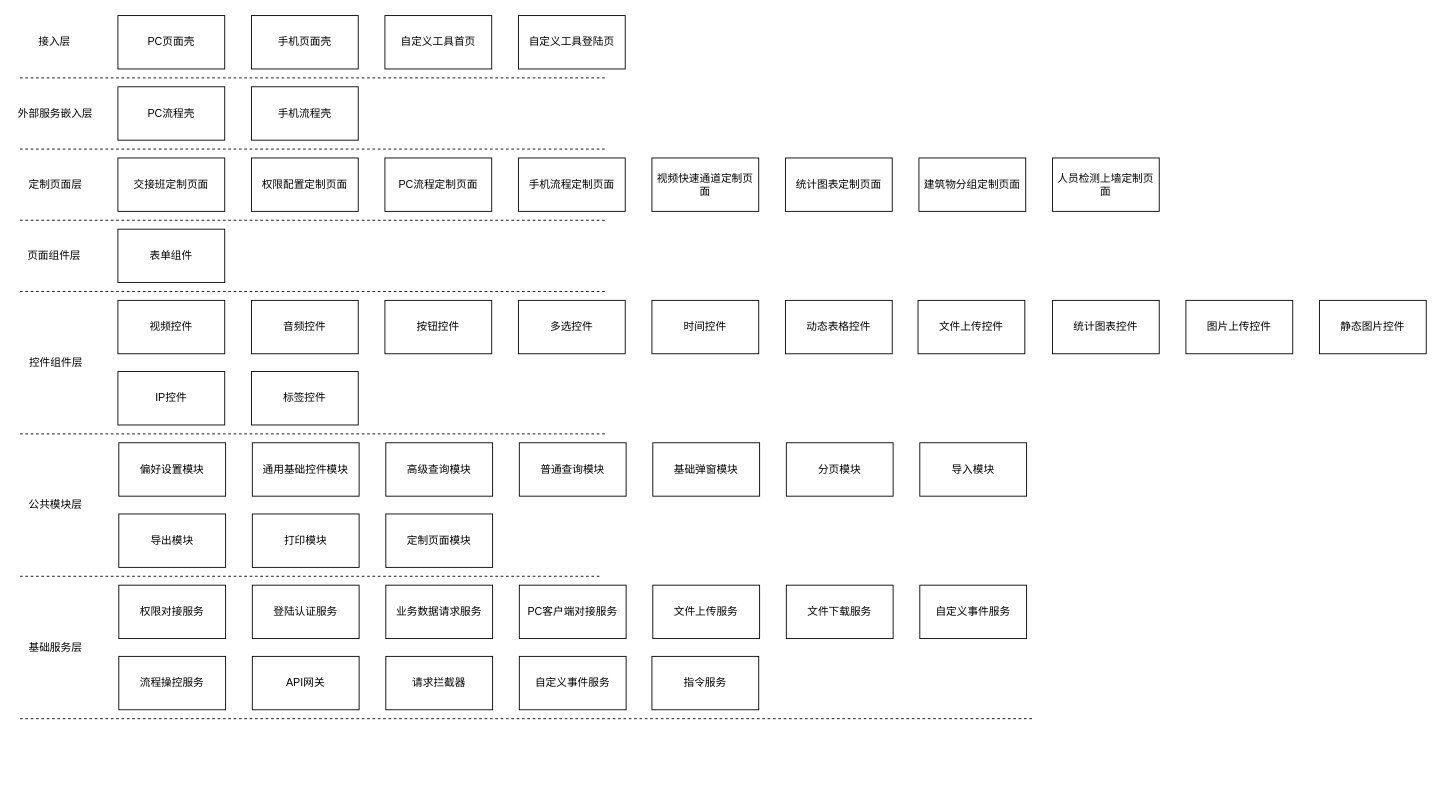
asling/my-umls keeps this draw.io diagram as page "Page-1" (1 of 2) of 页面UI组件实例服务模块.drawio. Above is the earlier version. Source tidied: cells renumbered, new cells numbered last; positions are measured from the earlier drawing's top-left corner, leaving out a move shared by most shapes. Both pictures are drawn from the tidied source at 89%, with x=0, y=0 at pixel (15, 15).
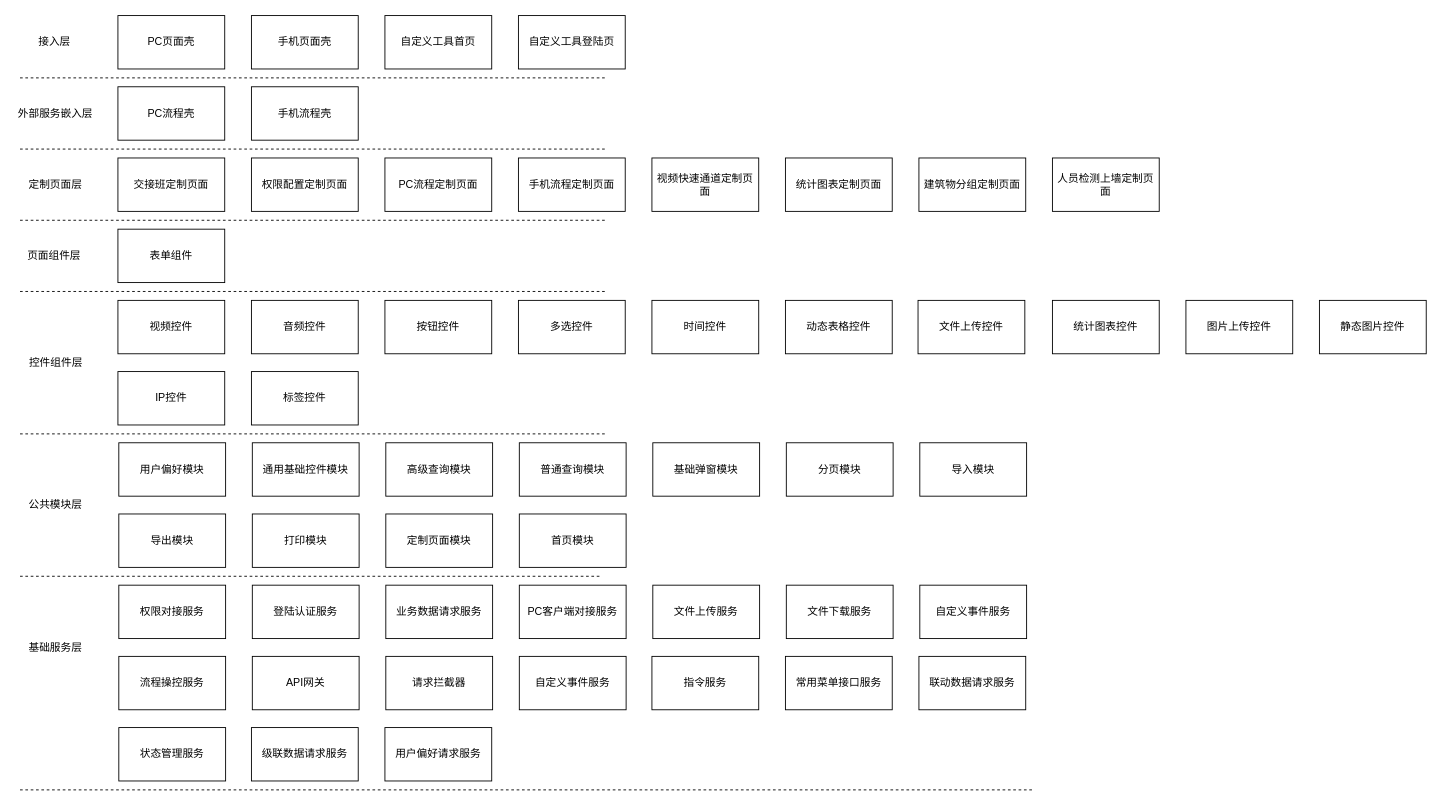
The same page after the edit.

Commit message:
Update 页面UI组件实例服务模块.drawio

The edit, as a diff of the source:
```diff
@@
     <mxCell id="8" style="endArrow=none;dashed=1;html=1;" parent="1" edge="1">
       <mxGeometry relative="1" as="geometry">
-        <mxPoint x="5" y="790" as="sourcePoint" />
-        <mxPoint x="1145" y="790" as="targetPoint" />
+        <mxPoint x="5" y="870" as="sourcePoint" />
+        <mxPoint x="1145" y="870" as="targetPoint" />
       </mxGeometry>
     </mxCell>
@@
-    <mxCell id="33" value="偏好设置模块" style="rounded=0;whiteSpace=wrap;html=1;" parent="1" vertex="1">
+    <mxCell id="33" value="用户偏好模块" style="rounded=0;whiteSpace=wrap;html=1;" parent="1" vertex="1">
       <mxGeometry x="116" y="480" width="120" height="60" as="geometry" />
     </mxCell>
@@
+    <mxCell id="65" value="首页模块" style="rounded=0;whiteSpace=wrap;html=1;" parent="1" vertex="1">
+      <mxGeometry x="566" y="560" width="120" height="60" as="geometry" />
+    </mxCell>
@@
+    <mxCell id="66" value="常用菜单接口服务" style="rounded=0;whiteSpace=wrap;html=1;" parent="1" vertex="1">
+      <mxGeometry x="865" y="720" width="120" height="60" as="geometry" />
+    </mxCell>
+    <mxCell id="67" value="联动数据请求服务" style="rounded=0;whiteSpace=wrap;html=1;" parent="1" vertex="1">
+      <mxGeometry x="1015" y="720" width="120" height="60" as="geometry" />
+    </mxCell>
+    <mxCell id="68" value="状态管理服务" style="rounded=0;whiteSpace=wrap;html=1;" parent="1" vertex="1">
+      <mxGeometry x="116" y="800" width="120" height="60" as="geometry" />
+    </mxCell>
+    <mxCell id="69" value="级联数据请求服务" style="rounded=0;whiteSpace=wrap;html=1;" parent="1" vertex="1">
+      <mxGeometry x="265" y="800" width="120" height="60" as="geometry" />
+    </mxCell>
+    <mxCell id="70" value="用户偏好请求服务" style="rounded=0;whiteSpace=wrap;html=1;" parent="1" vertex="1">
+      <mxGeometry x="415" y="800" width="120" height="60" as="geometry" />
+    </mxCell>
```
